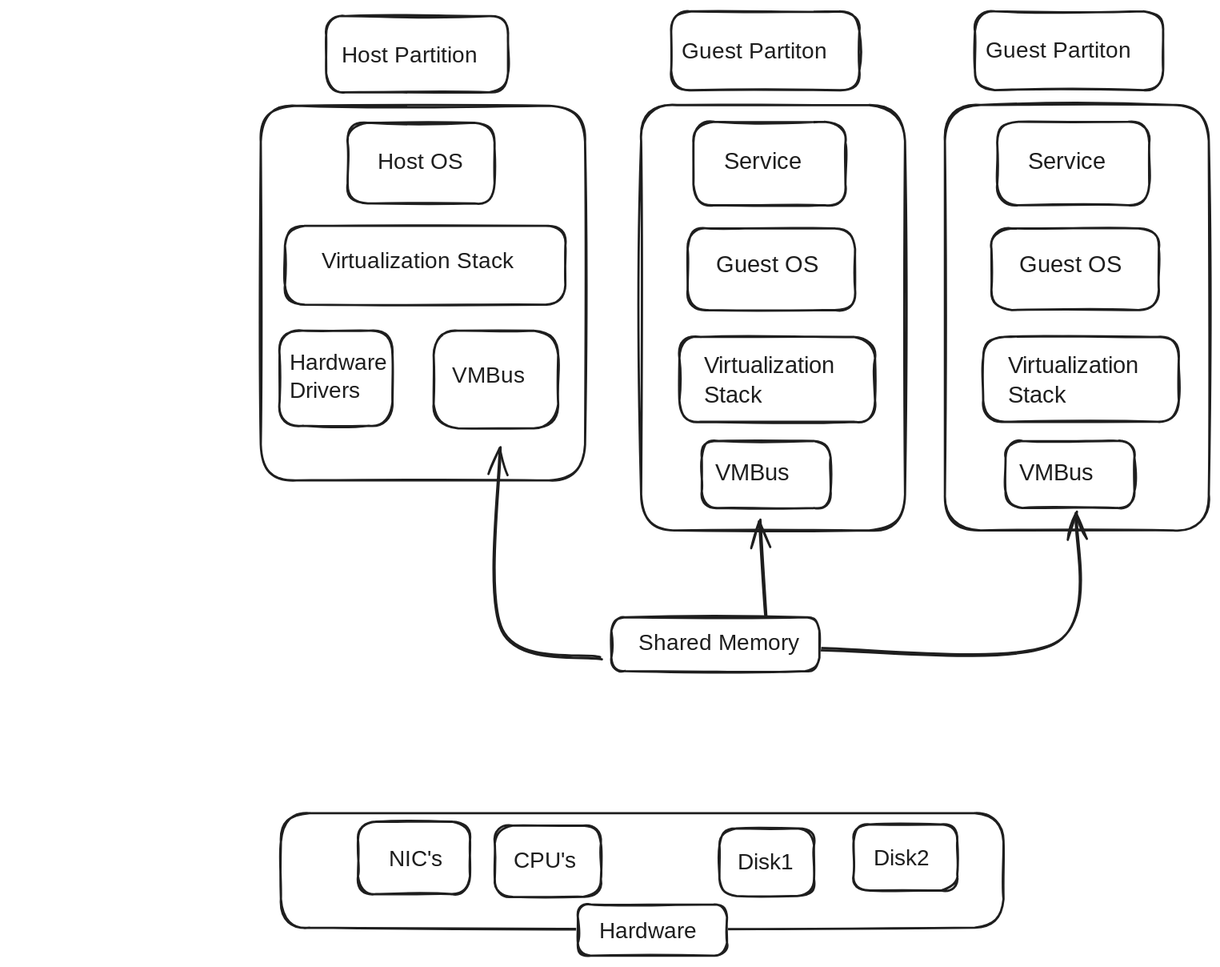
Before: Notes Factory/Semister 5/CLD/qb/rough.excalidraw.svg, a diagram exported from Excalidraw (P7XCKD/NF). Source tidied: one line per element, renumbered; positions are measured from the earlier drawing's top-left corner, leaving out a move shared by most shapes.
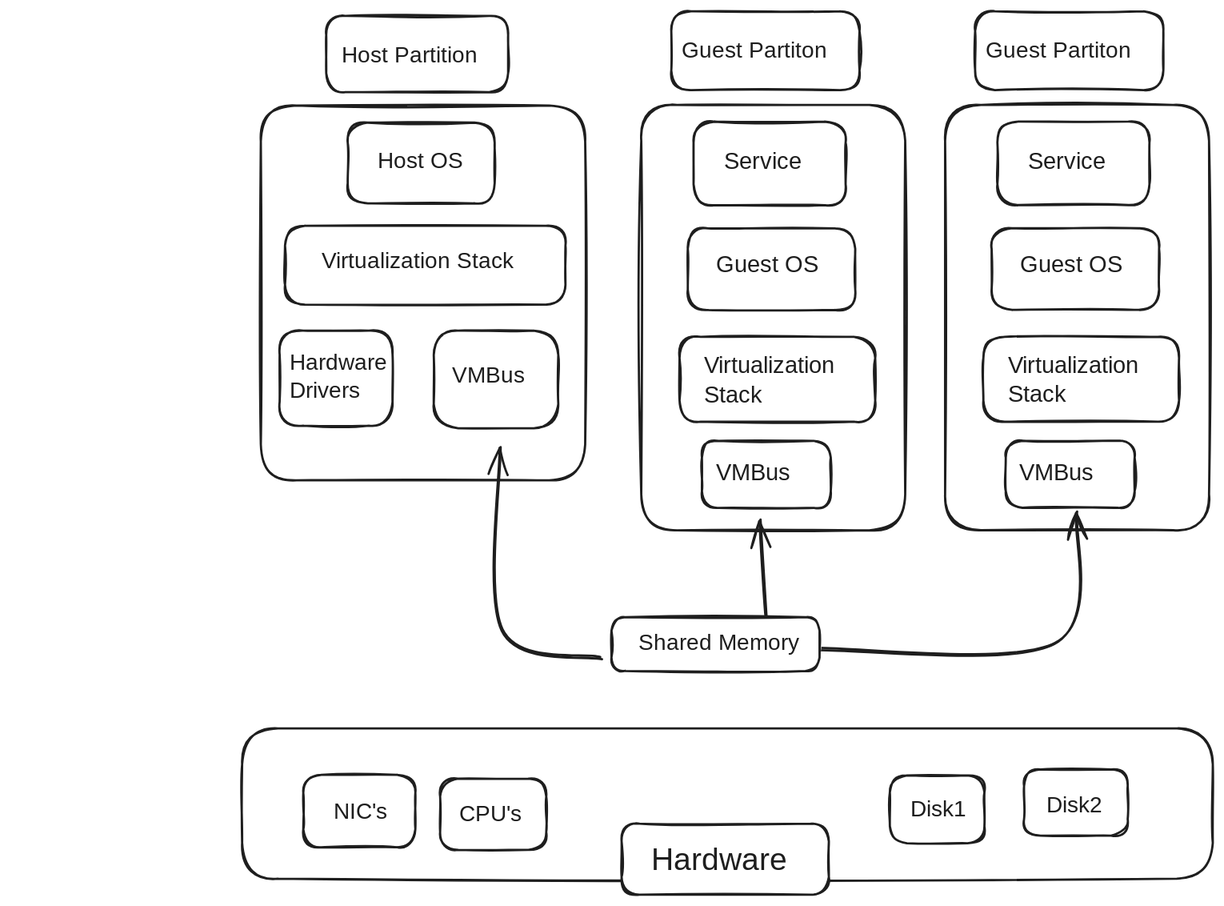
The same diagram one commit later.

What changed in the source:
```diff
@@ -1,4 +1,3 @@
-{"id": 0, "type": "rectangle", "strokeColor": "#1e1e1e", "backgroundColor": "#ffffff", "fillStyle": "solid", "strokeWidth": 2, "roughness": 1, "round": true, "x": 18, "y": 716, "width": 645, "height": 102}
 {"id": 1, "type": "text", "text": "Host Partition", "strokeColor": "#1e1e1e", "strokeWidth": 2, "roughness": 1, "fontSize": 20, "fontFamily": 5, "x": 72, "y": 28, "width": 141, "height": 25}
 {"id": 2, "type": "text", "text": "Host OS", "strokeColor": "#1e1e1e", "strokeWidth": 2, "roughness": 1, "fontSize": 20, "fontFamily": 5, "x": 104, "y": 123, "width": 82, "height": 25}
 {"id": 3, "type": "text", "text": "Virtualization Stack", "strokeColor": "#1e1e1e", "strokeWidth": 2, "roughness": 1, "fontSize": 20, "fontFamily": 5, "x": 54, "y": 211, "width": 194, "height": 25}
@@ -37,13 +36,14 @@
 {"id": 36, "type": "arrow", "strokeColor": "#1e1e1e", "backgroundColor": "#ffffff", "fillStyle": "solid", "strokeWidth": 2, "roughness": 1, "endArrowhead": "arrow", "round": true, "to": 32, "x": 495, "y": 569, "width": 234, "height": 123, "points": [[0, 0], [213, -4], [234, -123]]}
 {"id": 37, "type": "rectangle", "strokeColor": "#1e1e1e", "backgroundColor": "#ffffff", "fillStyle": "solid", "strokeWidth": 2, "roughness": 1, "round": true, "x": 313, "y": 541, "width": 186, "height": 48}
 {"id": 38, "type": "text", "text": "Shared Memory", "strokeColor": "#1e1e1e", "strokeWidth": 2, "roughness": 1, "fontSize": 20, "fontFamily": 5, "x": 337, "y": 552, "width": 146, "height": 25}
-{"id": 39, "type": "rectangle", "strokeColor": "#1e1e1e", "backgroundColor": "#ffffff", "fillStyle": "solid", "strokeWidth": 2, "roughness": 1, "round": true, "x": 283, "y": 797, "width": 133, "height": 46}
-{"id": 40, "type": "text", "text": "Hardware", "strokeColor": "#1e1e1e", "backgroundColor": "#ffffff", "fillStyle": "solid", "strokeWidth": 2, "roughness": 1, "fontSize": 20, "fontFamily": 5, "x": 302, "y": 809, "width": 87, "height": 25}
+{"id": 0, "type": "rectangle", "strokeColor": "#1e1e1e", "backgroundColor": "#ffffff", "fillStyle": "solid", "strokeWidth": 2, "roughness": 1, "round": true, "x": -17, "y": 640, "width": 867, "height": 134}
-{"id": 41, "type": "rectangle", "strokeColor": "#1e1e1e", "backgroundColor": "#ffffff", "fillStyle": "solid", "strokeWidth": 2, "roughness": 1, "round": true, "x": 529, "y": 726, "width": 93, "height": 59}
+{"id": 41, "type": "rectangle", "strokeColor": "#1e1e1e", "backgroundColor": "#ffffff", "fillStyle": "solid", "strokeWidth": 2, "roughness": 1, "round": true, "x": 681, "y": 677, "width": 93, "height": 59}
-{"id": 42, "type": "rectangle", "strokeColor": "#1e1e1e", "backgroundColor": "#ffffff", "fillStyle": "solid", "strokeWidth": 2, "roughness": 1, "round": true, "x": 209, "y": 727, "width": 95, "height": 64}
+{"id": 42, "type": "rectangle", "strokeColor": "#1e1e1e", "backgroundColor": "#ffffff", "fillStyle": "solid", "strokeWidth": 2, "roughness": 1, "round": true, "x": 160, "y": 685, "width": 95, "height": 64}
-{"id": 43, "type": "rectangle", "strokeColor": "#1e1e1e", "backgroundColor": "#ffffff", "fillStyle": "solid", "strokeWidth": 2, "roughness": 1, "round": true, "x": 410, "y": 729, "width": 84, "height": 60}
+{"id": 43, "type": "rectangle", "strokeColor": "#1e1e1e", "backgroundColor": "#ffffff", "fillStyle": "solid", "strokeWidth": 2, "roughness": 1, "round": true, "x": 562, "y": 682, "width": 84, "height": 60}
-{"id": 44, "type": "rectangle", "strokeColor": "#1e1e1e", "backgroundColor": "#ffffff", "fillStyle": "solid", "strokeWidth": 2, "roughness": 1, "round": true, "x": 87, "y": 723, "width": 100, "height": 65}
+{"id": 44, "type": "rectangle", "strokeColor": "#1e1e1e", "backgroundColor": "#ffffff", "fillStyle": "solid", "strokeWidth": 2, "roughness": 1, "round": true, "x": 38, "y": 681, "width": 100, "height": 65}
-{"id": 45, "type": "text", "text": "NIC's", "strokeColor": "#1e1e1e", "backgroundColor": "#ffffff", "fillStyle": "solid", "strokeWidth": 2, "roughness": 1, "fontSize": 20, "fontFamily": 8, "x": 114, "y": 745, "width": 55, "height": 25}
+{"id": 45, "type": "text", "text": "NIC's", "strokeColor": "#1e1e1e", "backgroundColor": "#ffffff", "fillStyle": "solid", "strokeWidth": 2, "roughness": 1, "fontSize": 20, "fontFamily": 8, "x": 65, "y": 703, "width": 55, "height": 25}
-{"id": 46, "type": "text", "text": "CPU's", "strokeColor": "#1e1e1e", "backgroundColor": "#ffffff", "fillStyle": "solid", "strokeWidth": 2, "roughness": 1, "fontSize": 20, "fontFamily": 5, "x": 226, "y": 747, "width": 56, "height": 25}
+{"id": 46, "type": "text", "text": "CPU's", "strokeColor": "#1e1e1e", "backgroundColor": "#ffffff", "fillStyle": "solid", "strokeWidth": 2, "roughness": 1, "fontSize": 20, "fontFamily": 5, "x": 177, "y": 705, "width": 56, "height": 25}
-{"id": 47, "type": "text", "text": "Disk1", "strokeColor": "#1e1e1e", "backgroundColor": "#ffffff", "fillStyle": "solid", "strokeWidth": 2, "roughness": 1, "fontSize": 20, "fontFamily": 5, "x": 426, "y": 748, "width": 51, "height": 25}
+{"id": 47, "type": "text", "text": "Disk1", "strokeColor": "#1e1e1e", "backgroundColor": "#ffffff", "fillStyle": "solid", "strokeWidth": 2, "roughness": 1, "fontSize": 20, "fontFamily": 5, "x": 580, "y": 701, "width": 51, "height": 25}
-{"id": 48, "type": "text", "text": "Disk2", "strokeColor": "#1e1e1e", "backgroundColor": "#ffffff", "fillStyle": "solid", "strokeWidth": 2, "roughness": 1, "fontSize": 20, "fontFamily": 5, "x": 548, "y": 745, "width": 56, "height": 25}
+{"id": 48, "type": "text", "text": "Disk2", "strokeColor": "#1e1e1e", "backgroundColor": "#ffffff", "fillStyle": "solid", "strokeWidth": 2, "roughness": 1, "fontSize": 20, "fontFamily": 5, "x": 701, "y": 697, "width": 56, "height": 25}
+{"id": 39, "type": "rectangle", "strokeColor": "#1e1e1e", "backgroundColor": "#ffffff", "fillStyle": "solid", "strokeWidth": 2, "roughness": 1, "round": true, "x": 322, "y": 725, "width": 185, "height": 63}
+{"id": 40, "type": "text", "text": "Hardware", "strokeColor": "#1e1e1e", "backgroundColor": "#ffffff", "fillStyle": "solid", "strokeWidth": 2, "roughness": 1, "fontSize": 27.78, "fontFamily": 5, "x": 349, "y": 742, "width": 121, "height": 35}
```
